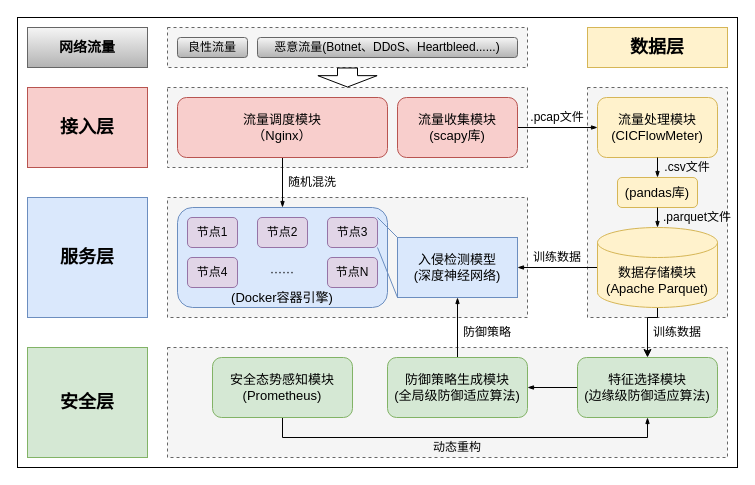
Above: 毕业论文5-1.drawio in weyg0/Diagrams (draw.io), before the change. Source tidied: cells renumbered, new cells numbered last; positions are measured from the earlier drawing's top-left corner, leaving out a move shared by most shapes. Both pictures are drawn from the tidied source at 100%, with x=0, y=0 at pixel (17, 17).
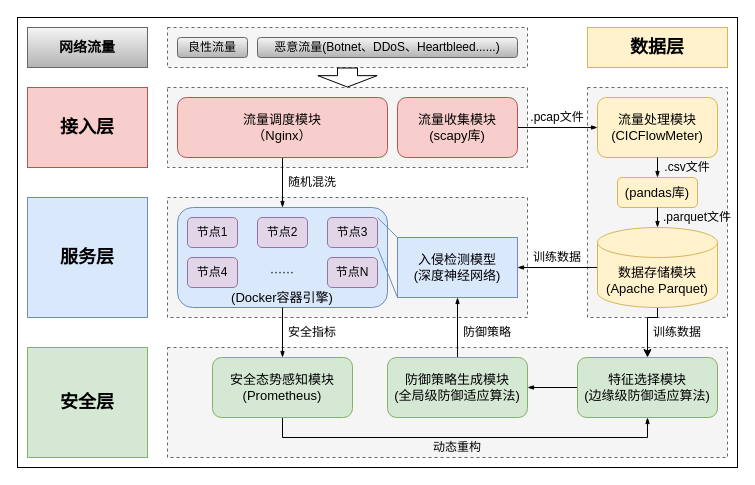
Above is the later version.

Commit message:
更新毕业论文5-1.drawio

Unchanged cells that the change refers to:
```xml
<mxCell id="22" value="安全态势感知模块&lt;div&gt;(Prometheus)&lt;/div&gt;" style="rounded=1;whiteSpace=wrap;html=1;fillColor=#d5e8d4;strokeColor=#82b366;fontSize=13;" parent="1" vertex="1">
  <mxGeometry x="195" y="340" width="140" height="60" as="geometry" />
</mxCell>
<mxCell id="36" value="(Docker容器引擎)" style="text;html=1;align=center;verticalAlign=middle;whiteSpace=wrap;rounded=0;fontSize=13;" parent="1" vertex="1">
  <mxGeometry x="160" y="270" width="210" height="20" as="geometry" />
</mxCell>
```

Change to the diagram source:
```diff
@@
+    <mxCell id="52" style="edgeStyle=orthogonalEdgeStyle;rounded=0;jettySize=auto;html=1;exitX=0.5;exitY=1;exitDx=0;exitDy=0;entryX=0.5;entryY=0;entryDx=0;entryDy=0;endSize=4;endArrow=blockThin;endFill=1;" parent="1" edge="1" source="36" target="22">
+      <mxGeometry relative="1" as="geometry" />
+    </mxCell>
+    <mxCell id="53" value="安全指标" style="text;html=1;align=center;verticalAlign=middle;whiteSpace=wrap;rounded=0;" parent="1" vertex="1">
+      <mxGeometry x="265" y="300" width="60" height="30" as="geometry" />
+    </mxCell>
```
